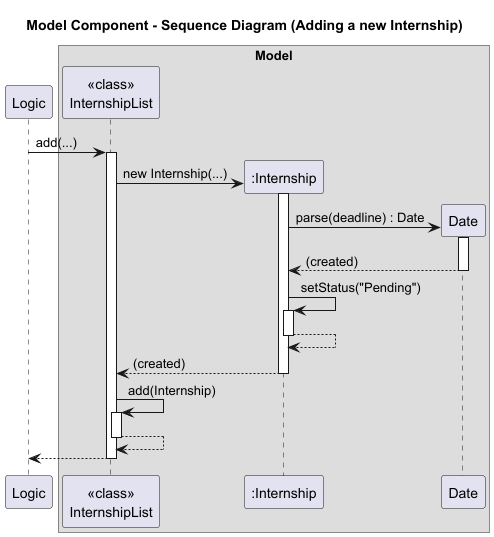
Earlier version of the PlantUML export docs/diagrams/ModelComponentSD_Add.png (AY2526S1-CS2113-W14-4/tp).
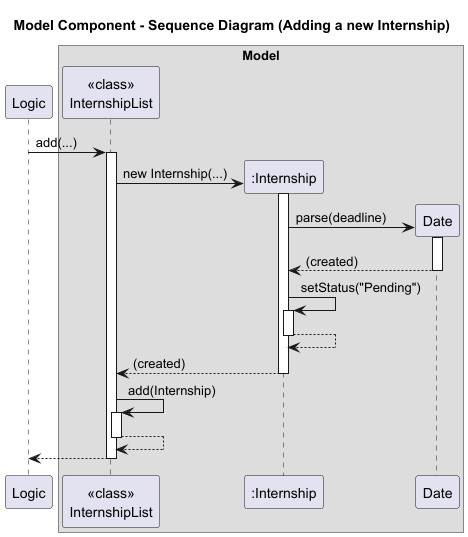
After the change.

Change to the diagram source:
```diff
@@ -15,7 +15,7 @@
 InternshipList -> Internship: new Internship(...)
 activate Internship
 create Date
-Internship -> Date: parse(deadline) : Date
+Internship -> Date: parse(deadline)
 activate Date
 Date --> Internship: (created)
 deactivate Date
```
